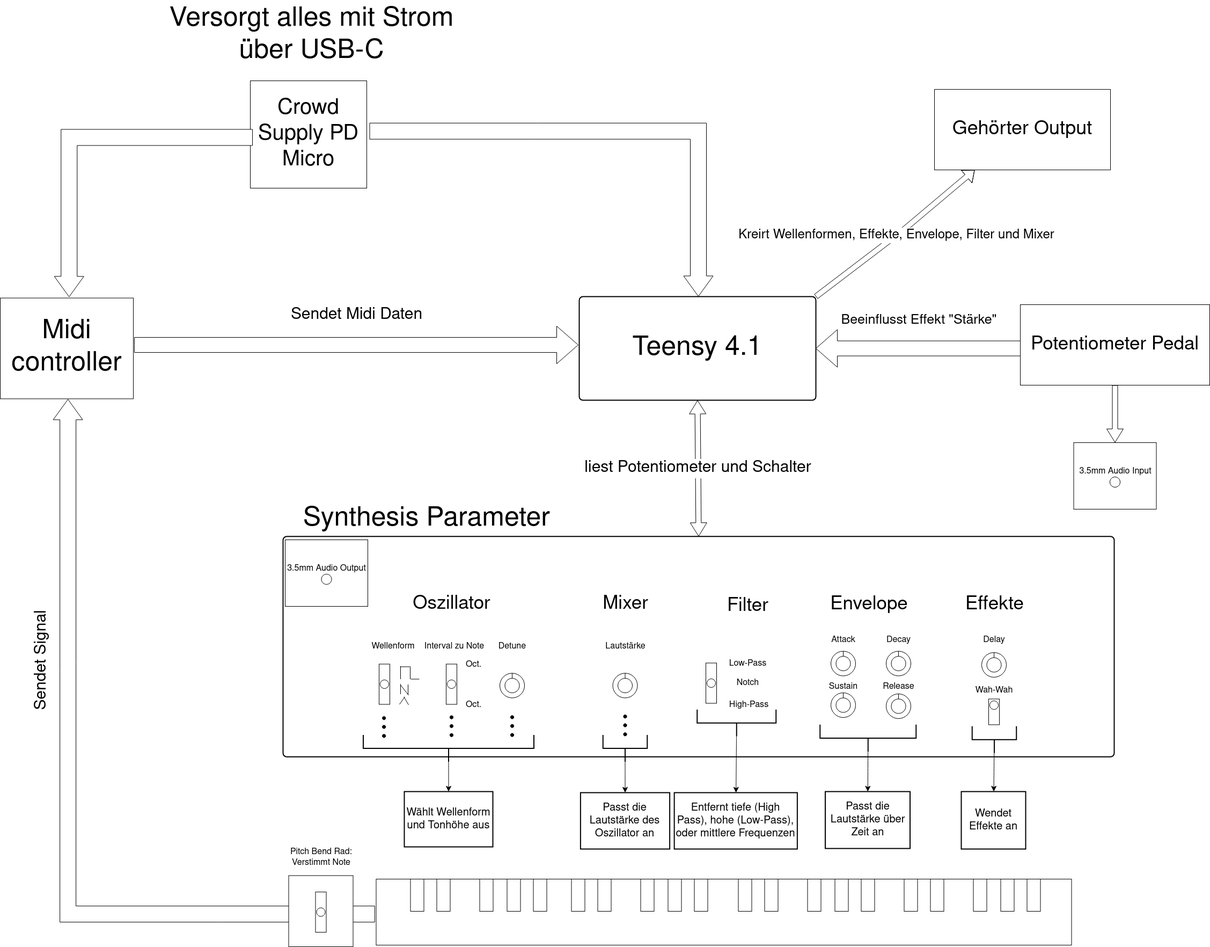
dnh27/Synthesizer keeps this draw.io diagram as BlockSchaltBild.png. Above is the earlier version. Source tidied: cells renumbered, new cells last; positions are measured from the earlier drawing's top-left corner, leaving out a move shared by most shapes.
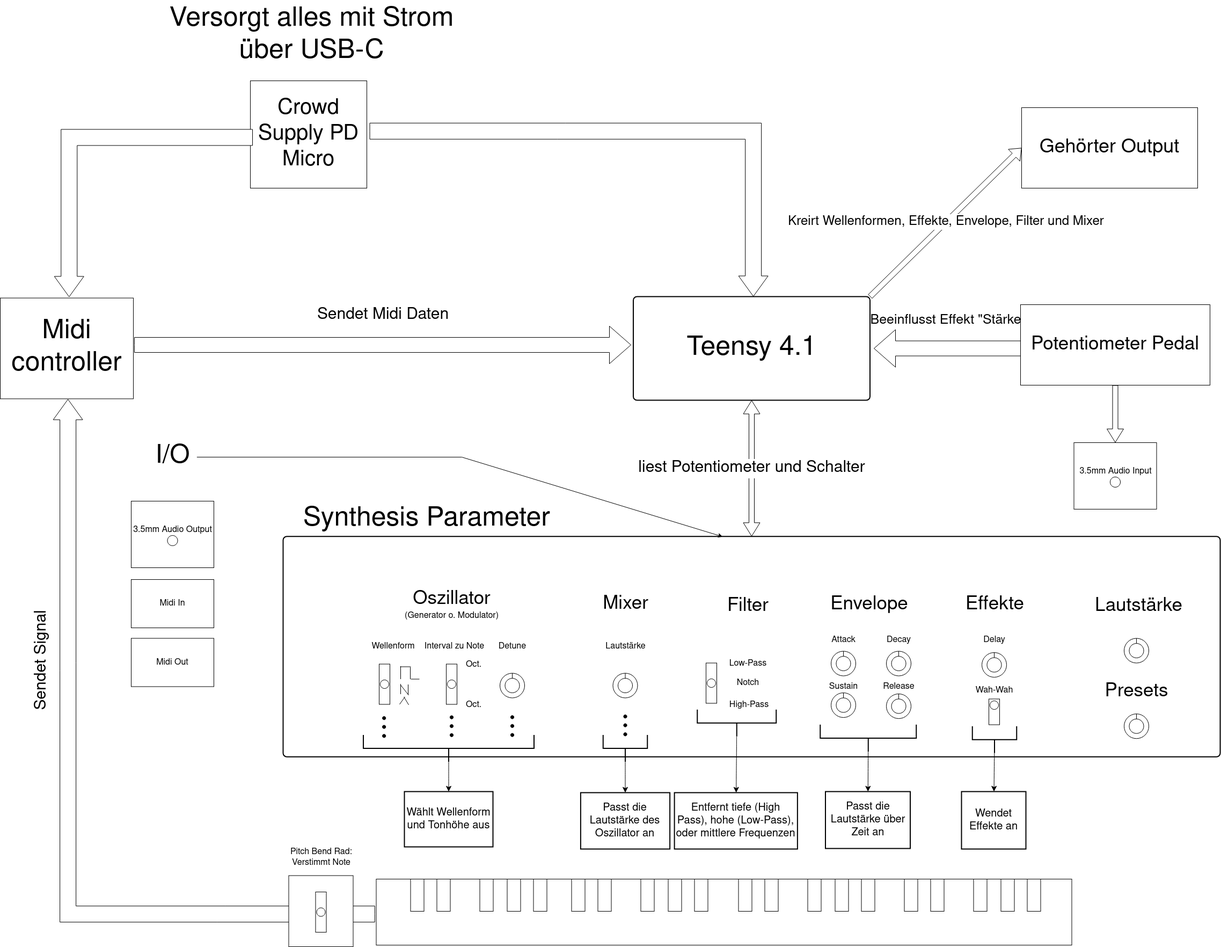
Later version of the same file.

The edit, as a diff of the source:
```diff
@@ -3,10 +3,10 @@
     <mxCell id="0" />
     <mxCell id="1" parent="0" />
     <mxCell id="2" value="&lt;font style=&quot;font-size: 50px;&quot;&gt;Teensy 4.1&lt;br style=&quot;font-size: 50px;&quot;&gt;&lt;/font&gt;" style="rounded=1;whiteSpace=wrap;html=1;absoluteArcSize=1;arcSize=14;strokeWidth=2;fontSize=50;" parent="1" vertex="1">
-      <mxGeometry x="1168" y="552" width="441" height="193" as="geometry" />
+      <mxGeometry x="1268.5" y="552" width="441" height="193" as="geometry" />
     </mxCell>
     <mxCell id="3" value="&lt;div align=&quot;justify&quot;&gt;&lt;font style=&quot;font-size: 50px;&quot;&gt;Synthesis Parameter&lt;/font&gt;&lt;br&gt;&lt;/div&gt;" style="rounded=1;whiteSpace=wrap;html=1;absoluteArcSize=1;arcSize=14;strokeWidth=2;labelPosition=left;verticalLabelPosition=top;align=right;verticalAlign=bottom;horizontal=1;spacingRight=-500;spacingLeft=0;" parent="1" vertex="1">
-      <mxGeometry x="616" y="998.8" width="1549" height="410.5" as="geometry" />
+      <mxGeometry x="616" y="998.8" width="1746" height="410.5" as="geometry" />
     </mxCell>
     <mxCell id="4" style="rounded=0;whiteSpace=wrap;html=1;" parent="1" vertex="1">
       <mxGeometry x="795" y="1236.5" width="20" height="75" as="geometry" />
@@ -68,8 +68,8 @@
         <mxPoint x="850" y="1312.5" as="targetPoint" />
       </mxGeometry>
     </mxCell>
-    <mxCell id="15" value="&lt;font style=&quot;font-size: 35px;&quot;&gt;Oszillator&lt;/font&gt;" style="text;html=1;align=center;verticalAlign=middle;strokeColor=none;fillColor=none;fontSize=16;" parent="1" vertex="1">
-      <mxGeometry x="848.5" y="1098" width="163" height="54" as="geometry" />
+    <mxCell id="15" value="&lt;div&gt;&lt;font style=&quot;font-size: 35px;&quot;&gt;Oszillator&lt;/font&gt;&lt;/div&gt;(Generator o. Modulator)" style="text;html=1;align=center;verticalAlign=middle;strokeColor=none;fillColor=none;fontSize=16;" parent="1" vertex="1">
+      <mxGeometry x="833.5" y="1089" width="193" height="73" as="geometry" />
     </mxCell>
     <mxCell id="16" style="rounded=0;whiteSpace=wrap;html=1;" parent="1" vertex="1">
       <mxGeometry x="920" y="1236.5" width="20" height="75" as="geometry" />
@@ -363,7 +363,7 @@
       <mxGeometry x="52" y="60" width="16" height="16" as="geometry" />
     </mxCell>
     <mxCell id="113" value="&lt;font style=&quot;font-size: 30px;&quot;&gt;Sendet Midi Daten&lt;/font&gt;" style="html=1;shadow=0;dashed=0;align=center;verticalAlign=bottom;shape=mxgraph.arrows2.arrow;dy=0.6;dx=40;notch=0;labelPosition=center;verticalLabelPosition=top;" parent="1" vertex="1">
-      <mxGeometry x="339" y="607" width="827" height="70" as="geometry" />
+      <mxGeometry x="339" y="607" width="925" height="70" as="geometry" />
     </mxCell>
     <mxCell id="114" value="&lt;div&gt;Pitch Bend Rad:&lt;/div&gt;&lt;div&gt;Verstimmt Note&lt;br&gt;&lt;/div&gt;" style="text;html=1;align=center;verticalAlign=middle;strokeColor=none;fillColor=none;fontSize=16;" parent="1" vertex="1">
       <mxGeometry x="620" y="1572" width="133" height="50" as="geometry" />
@@ -372,7 +372,7 @@
       <mxGeometry x="555" y="150" width="217" height="200" as="geometry" />
     </mxCell>
     <mxCell id="116" style="html=1;shadow=0;dashed=0;align=center;verticalAlign=middle;shape=mxgraph.arrows2.bendArrow;dy=15;dx=38;notch=0;arrowHead=55;rounded=0;rotation=90;" parent="1" vertex="1">
-      <mxGeometry x="936.1" y="70.1" width="322.8" height="640" as="geometry" />
+      <mxGeometry x="987.2" y="19.1" width="322.8" height="742.1" as="geometry" />
     </mxCell>
     <mxCell id="117" style="html=1;shadow=0;dashed=0;align=center;verticalAlign=middle;shape=mxgraph.arrows2.bendArrow;dy=15;dx=38;notch=0;arrowHead=55;rounded=0;rotation=90;direction=east;flipV=1;" parent="1" vertex="1">
       <mxGeometry x="218.5" y="211.8" width="311.9" height="369.2" as="geometry" />
@@ -384,7 +384,7 @@
       <mxGeometry relative="1" as="geometry" />
     </mxCell>
     <mxCell id="120" style="group;" parent="1" vertex="1">
-      <mxGeometry x="620" y="1005" width="154" height="124" as="geometry" />
+      <mxGeometry x="333" y="933" width="154" height="124" as="geometry" />
     </mxCell>
     <mxCell id="121" style="rounded=0;whiteSpace=wrap;html=1;" parent="120" vertex="1">
       <mxGeometry width="154" height="124" as="geometry" />
@@ -396,7 +396,7 @@
       <mxGeometry x="-5.5" y="39" width="165" height="31" as="geometry" />
     </mxCell>
     <mxCell id="124" value="&lt;font style=&quot;font-size: 25px;&quot;&gt;Beeinflusst Effekt &quot;Stärke&quot;&lt;/font&gt;" style="html=1;shadow=0;dashed=0;align=center;verticalAlign=bottom;shape=mxgraph.arrows2.arrow;dy=0.6;dx=40;flipH=1;notch=0;rounded=0;strokeColor=default;fontFamily=Helvetica;fontSize=12;fontColor=default;fillColor=default;labelPosition=center;verticalLabelPosition=top;" parent="1" vertex="1">
-      <mxGeometry x="1609" y="613.5" width="383" height="70" as="geometry" />
+      <mxGeometry x="1717" y="613.5" width="275" height="70" as="geometry" />
     </mxCell>
     <mxCell id="125" value="&lt;font style=&quot;font-size: 35px;&quot;&gt;Potentiometer Pedal&lt;/font&gt;" style="rounded=0;whiteSpace=wrap;html=1;shadow=0;dashed=0;strokeColor=default;align=center;verticalAlign=middle;fontFamily=Helvetica;fontSize=12;fontColor=default;fillColor=default;" parent="1" vertex="1">
       <mxGeometry x="1990" y="567" width="353" height="150" as="geometry" />
@@ -458,15 +458,57 @@
     <mxCell id="144" style="ellipse;whiteSpace=wrap;html=1;rounded=0;shadow=0;dashed=0;align=center;verticalAlign=middle;fontFamily=Helvetica;fontSize=12;fillOpacity=100;fillColor=#000000;" parent="1" vertex="1">
       <mxGeometry x="1250.4" y="1364.2" width="6.2" height="6.2" as="geometry" />
     </mxCell>
-    <mxCell id="145" value="&lt;font style=&quot;font-size: 24px;&quot;&gt;Kreirt Wellenformen, Effekte, Envelope, Filter und Mixer&lt;/font&gt;" style="shape=flexArrow;endArrow=classic;html=1;rounded=0;exitX=1;exitY=0;exitDx=0;exitDy=0;" parent="1" edge="1" source="2" target="146">
-      <mxGeometry relative="1" as="geometry">
-        <Array as="points">
-          <mxPoint x="1772" y="428" />
-        </Array>
-      </mxGeometry>
+    <mxCell id="145" value="&lt;font style=&quot;font-size: 24px;&quot;&gt;Kreirt Wellenformen, Effekte, Envelope, Filter und Mixer&lt;/font&gt;" style="shape=flexArrow;endArrow=classic;html=1;rounded=0;exitX=1;exitY=0;exitDx=0;exitDy=0;entryX=0;entryY=0.5;entryDx=0;entryDy=0;" parent="1" edge="1" source="2" target="146">
+      <mxGeometry relative="1" as="geometry" />
     </mxCell>
     <mxCell id="146" value="&lt;font style=&quot;font-size: 36px;&quot;&gt;Gehörter Output&lt;/font&gt;" style="rounded=0;whiteSpace=wrap;html=1;" parent="1" vertex="1">
-      <mxGeometry x="1830" y="166" width="328" height="150" as="geometry" />
+      <mxGeometry x="1992" y="200" width="328" height="150" as="geometry" />
     </mxCell>
+    <mxCell id="147" value="&lt;font style=&quot;font-size: 48px;&quot;&gt;I/O&lt;/font&gt;" style="text;html=1;align=center;verticalAlign=middle;points=[];strokeColor=none;fillColor=none;" parent="1" vertex="1">
+      <mxGeometry x="369" y="816" width="82" height="70" as="geometry" />
+    </mxCell>
+    <mxCell id="148" value="&lt;font style=&quot;font-size: 16px;&quot;&gt;Midi In&lt;/font&gt;" style="rounded=0;whiteSpace=wrap;html=1;" parent="1" vertex="1">
+      <mxGeometry x="333" y="1079" width="154" height="90" as="geometry" />
+    </mxCell>
+    <mxCell id="149" value="&lt;font style=&quot;font-size: 16px;&quot;&gt;Midi Out&lt;/font&gt;" style="rounded=0;whiteSpace=wrap;html=1;" parent="1" vertex="1">
+      <mxGeometry x="333" y="1188.5" width="154" height="90" as="geometry" />
+    </mxCell>
+    <mxCell id="150" style="endArrow=classic;html=1;rounded=0;entryX=0.469;entryY=0.001;entryDx=0;entryDy=0;entryPerimeter=0;exitX=1.053;exitY=0.5;exitDx=0;exitDy=0;exitPerimeter=0;" parent="1" edge="1" source="147" target="3">
+      <mxGeometry relative="1" as="geometry">
+        <Array as="points">
+          <mxPoint x="949" y="851" />
+        </Array>
+      </mxGeometry>
+    </mxCell>
+    <mxCell id="151" style="ellipse;whiteSpace=wrap;html=1;" parent="1" vertex="1">
+      <mxGeometry x="2183" y="1188.5" width="46" height="46" as="geometry" />
+    </mxCell>
+    <mxCell id="152" style="ellipse;whiteSpace=wrap;html=1;" parent="1" vertex="1">
+      <mxGeometry x="2192.5" y="1198" width="27" height="27" as="geometry" />
+    </mxCell>
+    <mxCell id="153" style="edgeStyle=none;curved=1;rounded=0;orthogonalLoop=1;jettySize=auto;html=1;exitX=0.5;exitY=1;exitDx=0;exitDy=0;fontSize=12;startSize=8;endSize=8;" parent="1" edge="1" source="152" target="152">
+      <mxGeometry relative="1" as="geometry" />
+    </mxCell>
+    <mxCell id="154" style="endArrow=none;html=1;rounded=0;fontSize=12;startSize=8;endSize=8;exitX=0.5;exitY=0;exitDx=0;exitDy=0;entryX=0.5;entryY=0;entryDx=0;entryDy=0;" parent="1" edge="1" source="152" target="151">
+      <mxGeometry relative="1" as="geometry" />
+    </mxCell>
+    <mxCell id="155" value="&lt;font style=&quot;font-size: 35px;&quot;&gt;Lautstärke&lt;/font&gt;" style="text;html=1;align=center;verticalAlign=middle;strokeColor=none;fillColor=none;" parent="1" vertex="1">
+      <mxGeometry x="2119" y="1101.5" width="181" height="54" as="geometry" />
+    </mxCell>
+    <mxCell id="156" value="&lt;font style=&quot;font-size: 35px;&quot;&gt;Presets&lt;/font&gt;" style="text;html=1;align=center;verticalAlign=middle;strokeColor=none;fillColor=none;" parent="1" vertex="1">
+      <mxGeometry x="2138" y="1261" width="136" height="54" as="geometry" />
+    </mxCell>
+    <mxCell id="157" style="ellipse;whiteSpace=wrap;html=1;" parent="1" vertex="1">
+      <mxGeometry x="2183" y="1329.2" width="46" height="46" as="geometry" />
+    </mxCell>
+    <mxCell id="158" style="ellipse;whiteSpace=wrap;html=1;" parent="1" vertex="1">
+      <mxGeometry x="2192.5" y="1338.8" width="27" height="27" as="geometry" />
+    </mxCell>
+    <mxCell id="159" style="edgeStyle=none;curved=1;rounded=0;orthogonalLoop=1;jettySize=auto;html=1;exitX=0.5;exitY=1;exitDx=0;exitDy=0;fontSize=12;startSize=8;endSize=8;" parent="1" edge="1" source="158" target="158">
+      <mxGeometry relative="1" as="geometry" />
+    </mxCell>
+    <mxCell id="160" style="endArrow=none;html=1;rounded=0;fontSize=12;startSize=8;endSize=8;exitX=0.5;exitY=0;exitDx=0;exitDy=0;entryX=0.5;entryY=0;entryDx=0;entryDy=0;" parent="1" edge="1" source="158" target="157">
+      <mxGeometry relative="1" as="geometry" />
+    </mxCell>
   </root>
 </mxGraphModel>
```
